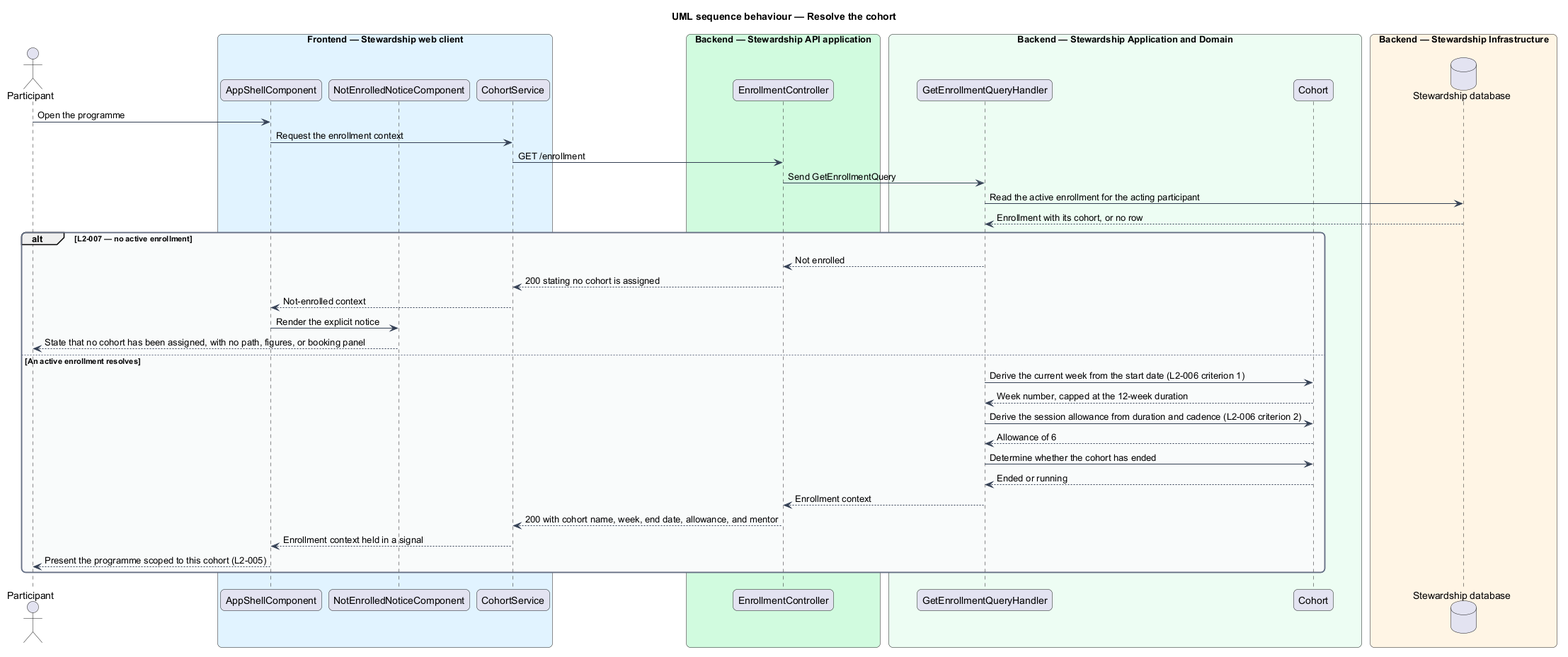
Above: docs/detailed-designs/enrollment/resolve-cohort/diagrams/sequence-resolve-cohort.png in QuinntyneBrown/quinntyne-brown-stewardship (PlantUML), before the change. The source it was exported from:
```plantuml
@startuml
title UML sequence behaviour — Resolve the cohort
skinparam backgroundColor #FFFFFF
skinparam shadowing false
skinparam roundcorner 12
skinparam defaultFontName Arial
skinparam ArrowColor #344054
skinparam rectangle {
  BorderColor #344054
  FontColor #101828
}
skinparam package {
  BorderColor #667085
  FontColor #101828
  BackgroundColor #F9FAFB
}
actor "Participant" as actor
box "Frontend — Stewardship web client" #E0F2FE
  participant "AppShellComponent" as shell
  participant "NotEnrolledNoticeComponent" as notice
  participant "CohortService" as client
end box
box "Backend — Stewardship API application" #D1FADF
  participant "EnrollmentController" as controller
end box
box "Backend — Stewardship Application and Domain" #ECFDF3
  participant "GetEnrollmentQueryHandler" as handler
  participant "Cohort" as cohort
end box
box "Backend — Stewardship Infrastructure" #FFF4E5
  database "Stewardship database" as db
end box

actor -> shell : Open the programme
shell -> client : Request the enrollment context
client -> controller : GET /enrollment
controller -> handler : Send GetEnrollmentQuery
handler -> db : Read the active enrollment for the acting participant
db --> handler : Enrollment with its cohort, or no row
alt L2-007 — no active enrollment
  handler --> controller : Not enrolled
  controller --> client : 200 stating no cohort is assigned
  client --> shell : Not-enrolled context
  shell -> notice : Render the explicit notice
  notice --> actor : State that no cohort has been assigned, with no path, figures, or booking panel
else An active enrollment resolves
  handler -> cohort : Derive the current week from the start date (L2-006 criterion 1)
  cohort --> handler : Week number, capped at the 12-week duration
  handler -> cohort : Derive the session allowance from duration and cadence (L2-006 criterion 2)
  cohort --> handler : Allowance of 6
  handler -> cohort : Determine whether the cohort has ended
  cohort --> handler : Ended or running
  handler --> controller : Enrollment context
  controller --> client : 200 with cohort name, week, end date, allowance, and mentor
  client --> shell : Enrollment context held in a signal
  shell --> actor : Present the programme scoped to this cohort (L2-005)
end
@enduml
```
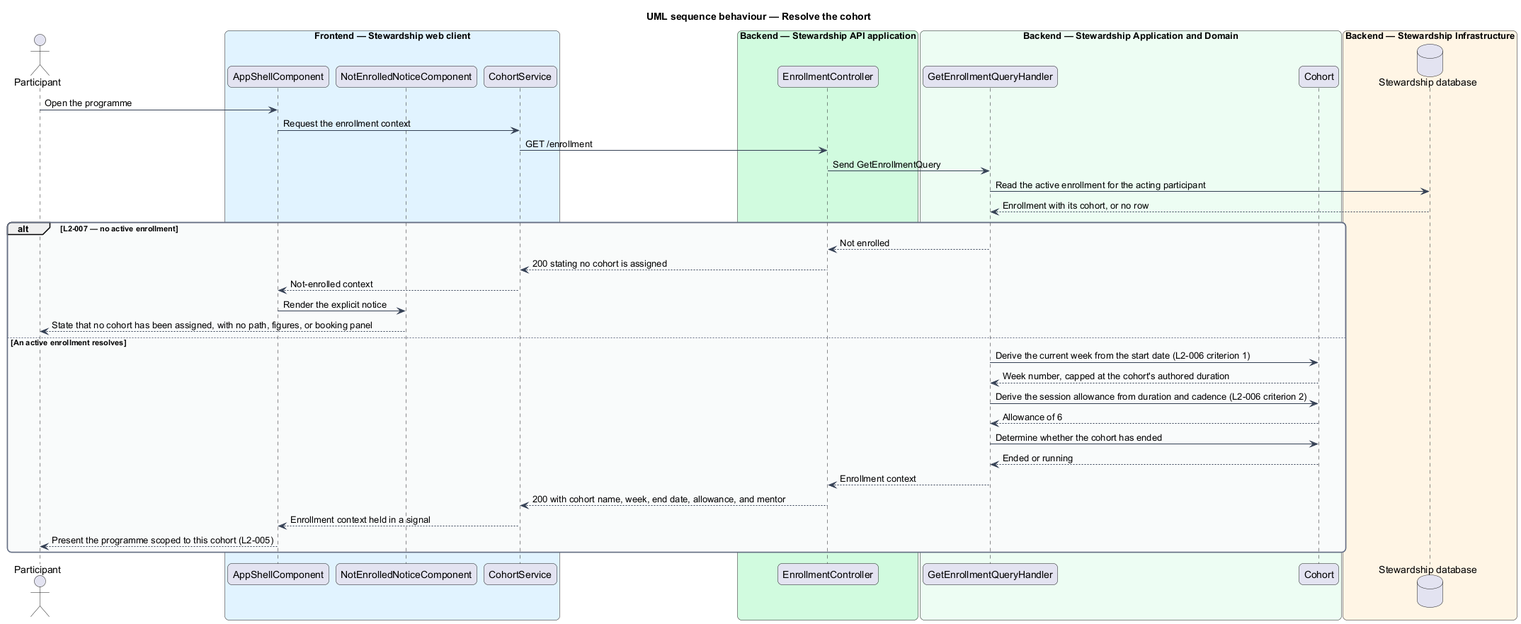
The same diagram one commit later.

The edit, as a diff of the source:
```diff
@@ -45,7 +45,7 @@
   notice --> actor : State that no cohort has been assigned, with no path, figures, or booking panel
 else An active enrollment resolves
   handler -> cohort : Derive the current week from the start date (L2-006 criterion 1)
-  cohort --> handler : Week number, capped at the 12-week duration
+  cohort --> handler : Week number, capped at the cohort's authored duration
   handler -> cohort : Derive the session allowance from duration and cadence (L2-006 criterion 2)
   cohort --> handler : Allowance of 6
   handler -> cohort : Determine whether the cohort has ended
```
